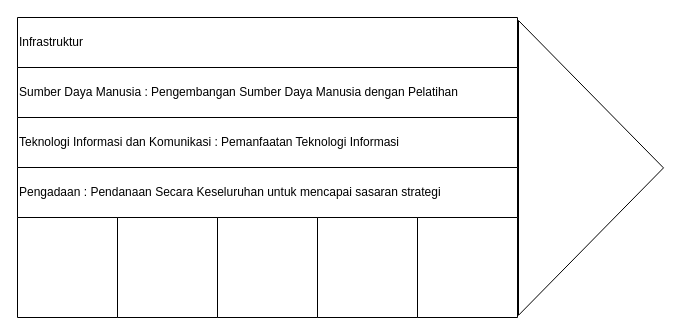
Above: page "Value Chain" (7 of 7) of Tugas Akhir Kel 4.drawio in ataupikr/plti-kelompok-4 (draw.io), before the change. Source tidied: cells renumbered, new cells numbered last; positions are measured from the earlier drawing's top-left corner, leaving out a move shared by most shapes. Both pictures are drawn from the tidied source at 100%, with x=0, y=0 at pixel (17, 17).
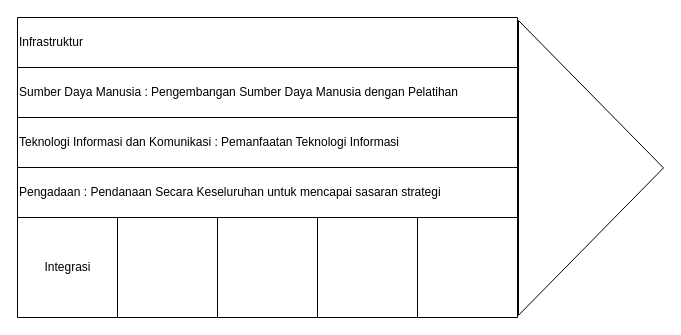
Above is the later version.

What changed in the source:
```diff
@@
 <mxGraphModel>
   <root>
     <mxCell id="0" />
     <mxCell id="1" parent="0" />
     <mxCell id="2" value="Infrastruktur" style="verticalLabelPosition=middle;verticalAlign=middle;html=1;shape=mxgraph.basic.rect;fillColor2=none;strokeWidth=1;size=20;indent=5;labelPosition=center;align=left;" parent="1" vertex="1">
       <mxGeometry width="500" height="50" as="geometry" />
     </mxCell>
     <mxCell id="3" value="Pengadaan : Pendanaan Secara Keseluruhan untuk mencapai sasaran strategi" style="verticalLabelPosition=middle;verticalAlign=middle;html=1;shape=mxgraph.basic.rect;fillColor2=none;strokeWidth=1;size=20;indent=5;labelPosition=center;align=left;" parent="1" vertex="1">
       <mxGeometry y="150" width="500" height="50" as="geometry" />
     </mxCell>
     <mxCell id="4" value="Teknologi Informasi dan Komunikasi : Pemanfaatan Teknologi Informasi" style="verticalLabelPosition=middle;verticalAlign=middle;html=1;shape=mxgraph.basic.rect;fillColor2=none;strokeWidth=1;size=20;indent=5;labelPosition=center;align=left;" parent="1" vertex="1">
       <mxGeometry y="100" width="500" height="50" as="geometry" />
     </mxCell>
     <mxCell id="5" value="Sumber Daya Manusia : Pengembangan Sumber Daya Manusia dengan Pelatihan" style="verticalLabelPosition=middle;verticalAlign=middle;html=1;shape=mxgraph.basic.rect;fillColor2=none;strokeWidth=1;size=20;indent=5;labelPosition=center;align=left;" parent="1" vertex="1">
       <mxGeometry y="50" width="500" height="50" as="geometry" />
     </mxCell>
     <mxCell id="6" style="verticalLabelPosition=bottom;verticalAlign=top;html=1;shape=mxgraph.basic.acute_triangle;dx=0.5;rotation=90;" parent="1" vertex="1">
       <mxGeometry x="426.1" y="77.9" width="294.8" height="145" as="geometry" />
     </mxCell>
-    <mxCell id="7" style="verticalLabelPosition=bottom;verticalAlign=top;html=1;shape=mxgraph.basic.rect;fillColor2=none;strokeWidth=1;size=20;indent=5;align=left;" parent="1" vertex="1">
+    <mxCell id="7" value="Integrasi" style="verticalLabelPosition=middle;verticalAlign=middle;html=1;shape=mxgraph.basic.rect;fillColor2=none;strokeWidth=1;size=20;indent=5;align=center;labelPosition=center;" parent="1" vertex="1">
       <mxGeometry y="200" width="100" height="100" as="geometry" />
     </mxCell>
     <mxCell id="8" style="verticalLabelPosition=bottom;verticalAlign=top;html=1;shape=mxgraph.basic.rect;fillColor2=none;strokeWidth=1;size=20;indent=5;align=left;" parent="1" vertex="1">
       <mxGeometry x="100" y="200" width="100" height="100" as="geometry" />
     </mxCell>
     <mxCell id="9" style="verticalLabelPosition=bottom;verticalAlign=top;html=1;shape=mxgraph.basic.rect;fillColor2=none;strokeWidth=1;size=20;indent=5;align=left;" parent="1" vertex="1">
       <mxGeometry x="200" y="200" width="100" height="100" as="geometry" />
     </mxCell>
     <mxCell id="10" style="verticalLabelPosition=bottom;verticalAlign=top;html=1;shape=mxgraph.basic.rect;fillColor2=none;strokeWidth=1;size=20;indent=5;align=left;" parent="1" vertex="1">
       <mxGeometry x="300" y="200" width="100" height="100" as="geometry" />
     </mxCell>
     <mxCell id="11" style="verticalLabelPosition=bottom;verticalAlign=top;html=1;shape=mxgraph.basic.rect;fillColor2=none;strokeWidth=1;size=20;indent=5;align=left;" parent="1" vertex="1">
       <mxGeometry x="400" y="200" width="100" height="100" as="geometry" />
     </mxCell>
   </root>
 </mxGraphModel>
```
